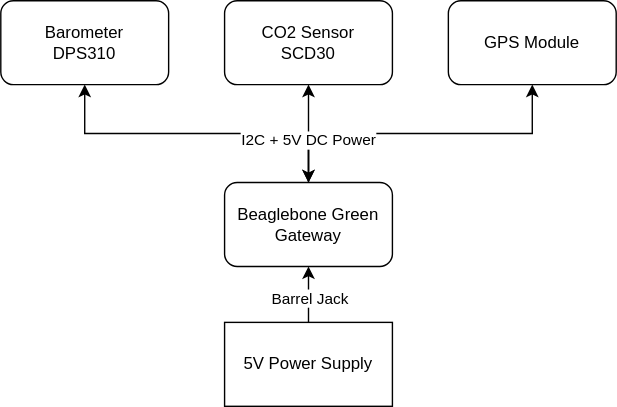
Earlier version of the draw.io export hardware/v3/frog_sensor.drawio.svg (Ribbit-Network/ribbit-network-frog-hardware). Source tidied: cells renumbered, new cells last; positions are measured from the earlier drawing's top-left corner, leaving out a move shared by most shapes.
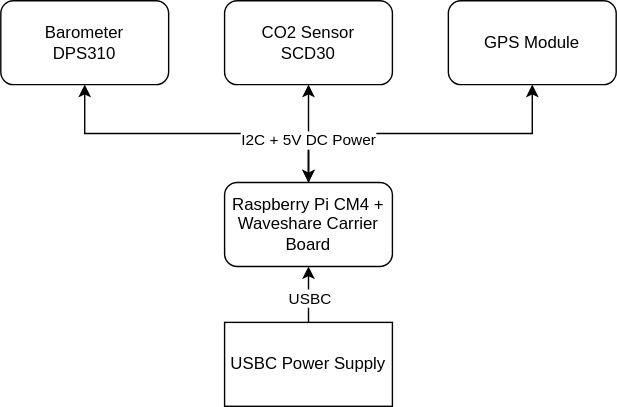
The same diagram one commit later.

The edit, as a diff of the source:
```diff
@@ -8,7 +8,7 @@
     <mxCell id="3" style="edgeStyle=orthogonalEdgeStyle;html=1;exitX=0.5;exitY=0;exitDx=0;exitDy=0;entryX=0.5;entryY=1;entryDx=0;entryDy=0;jumpSize=0;rounded=0;" parent="1" edge="1" source="4" target="7">
       <mxGeometry relative="1" as="geometry" />
     </mxCell>
-    <mxCell id="4" value="Beaglebone Green Gateway" style="rounded=1;whiteSpace=wrap;html=1;" parent="1" vertex="1">
+    <mxCell id="4" value="Raspberry Pi CM4 + Waveshare Carrier Board" style="rounded=1;whiteSpace=wrap;html=1;" parent="1" vertex="1">
       <mxGeometry x="160" y="130" width="120" height="60" as="geometry" />
     </mxCell>
     <mxCell id="5" value="CO2 Sensor&lt;br&gt;SCD30" style="rounded=1;whiteSpace=wrap;html=1;" parent="1" vertex="1">
@@ -23,12 +23,12 @@
     <mxCell id="8" style="edgeStyle=orthogonalEdgeStyle;rounded=0;jumpSize=0;html=1;exitX=0.5;exitY=0;exitDx=0;exitDy=0;entryX=0.5;entryY=1;entryDx=0;entryDy=0;" parent="1" edge="1" source="10" target="4">
       <mxGeometry relative="1" as="geometry" />
     </mxCell>
-    <mxCell id="9" value="Barrel Jack" style="edgeLabel;html=1;align=center;verticalAlign=middle;" parent="8" vertex="1">
+    <mxCell id="9" value="USBC" style="edgeLabel;html=1;align=center;verticalAlign=middle;" parent="8" vertex="1">
       <mxGeometry x="0.2" y="3" relative="1" as="geometry">
         <mxPoint x="3" y="6" as="offset" />
       </mxGeometry>
     </mxCell>
-    <mxCell id="10" value="5V Power Supply" style="rounded=0;whiteSpace=wrap;html=1;" parent="1" vertex="1">
+    <mxCell id="10" value="USBC Power Supply" style="rounded=0;whiteSpace=wrap;html=1;" parent="1" vertex="1">
       <mxGeometry x="160" y="230" width="120" height="60" as="geometry" />
     </mxCell>
     <mxCell id="11" value="I2C + 5V DC Power" style="endArrow=classic;startArrow=classic;html=1;entryX=0.5;entryY=1;entryDx=0;entryDy=0;exitX=0.5;exitY=0;exitDx=0;exitDy=0;" parent="1" edge="1" source="4" target="5">
```
